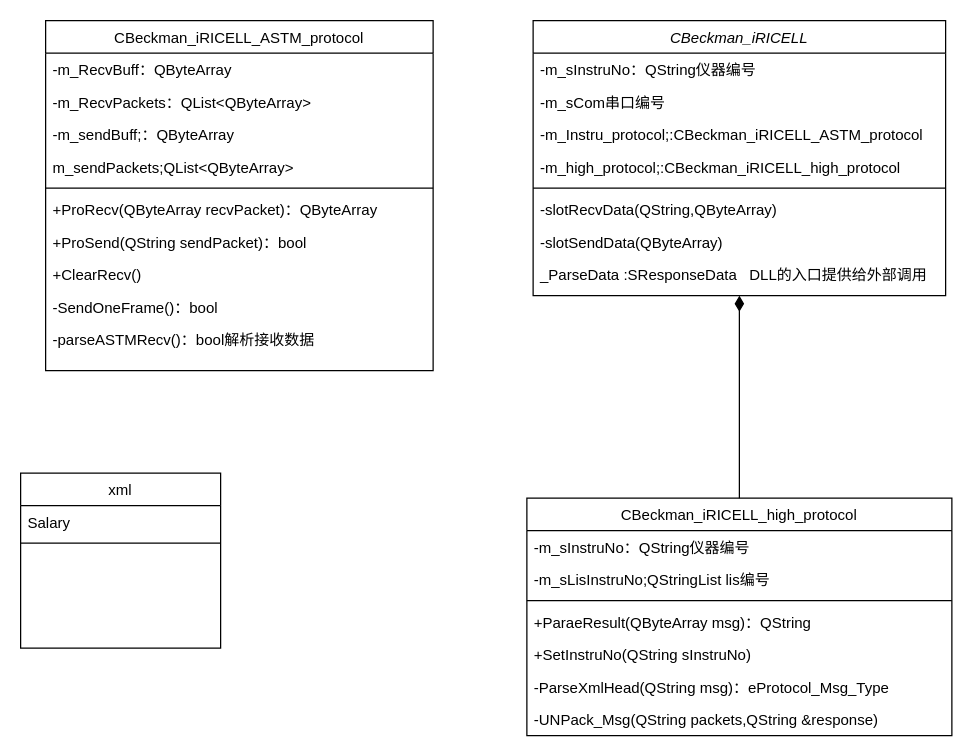
Earlier version of the draw.io diagram 未命名绘图.drawio (helen-xh/qt-installer-firmware). Source tidied: cells renumbered, new cells numbered last; positions are measured from the earlier drawing's top-left corner, leaving out a move shared by most shapes. Both pictures are drawn from the tidied source at 125%, with x=0, y=0 at pixel (20, 20).
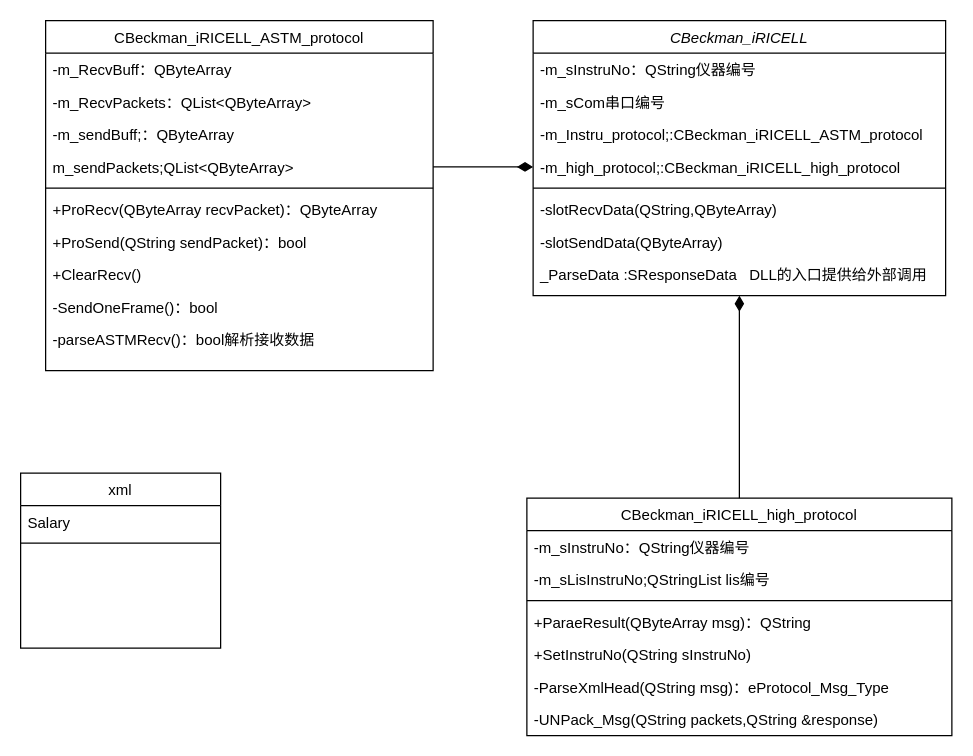
Above is the later version.

Commit message (it also covers changes not shown here):
更新未命名绘图.drawio

Unchanged cells that the change refers to:
```xml
<mxCell id="6" value="-m_high_protocol;:CBeckman_iRICELL_high_protocol " style="text;align=left;verticalAlign=top;spacingLeft=4;spacingRight=4;overflow=hidden;points=[[0,0.5],[1,0.5]];portConstraint=eastwest;rounded=0;shadow=0;html=0;" parent="2" vertex="1">
  <mxGeometry y="104" width="330" height="26" as="geometry" />
</mxCell>
<mxCell id="27" value="m_sendPackets;QList&lt;QByteArray&gt;" style="text;align=left;verticalAlign=top;spacingLeft=4;spacingRight=4;overflow=hidden;points=[[0,0.5],[1,0.5]];portConstraint=eastwest;rounded=0;shadow=0;html=0;" parent="23" vertex="1">
  <mxGeometry y="104" width="310" height="26" as="geometry" />
</mxCell>
```

What changed in the source:
```diff
@@
+    <mxCell id="34" style="edgeStyle=orthogonalEdgeStyle;rounded=0;jettySize=auto;html=1;entryX=0;entryY=0.5;entryDx=0;entryDy=0;endArrow=diamondThin;endFill=1;endSize=10;" parent="1" edge="1" source="27" target="6">
+      <mxGeometry relative="1" as="geometry" />
+    </mxCell>
```
